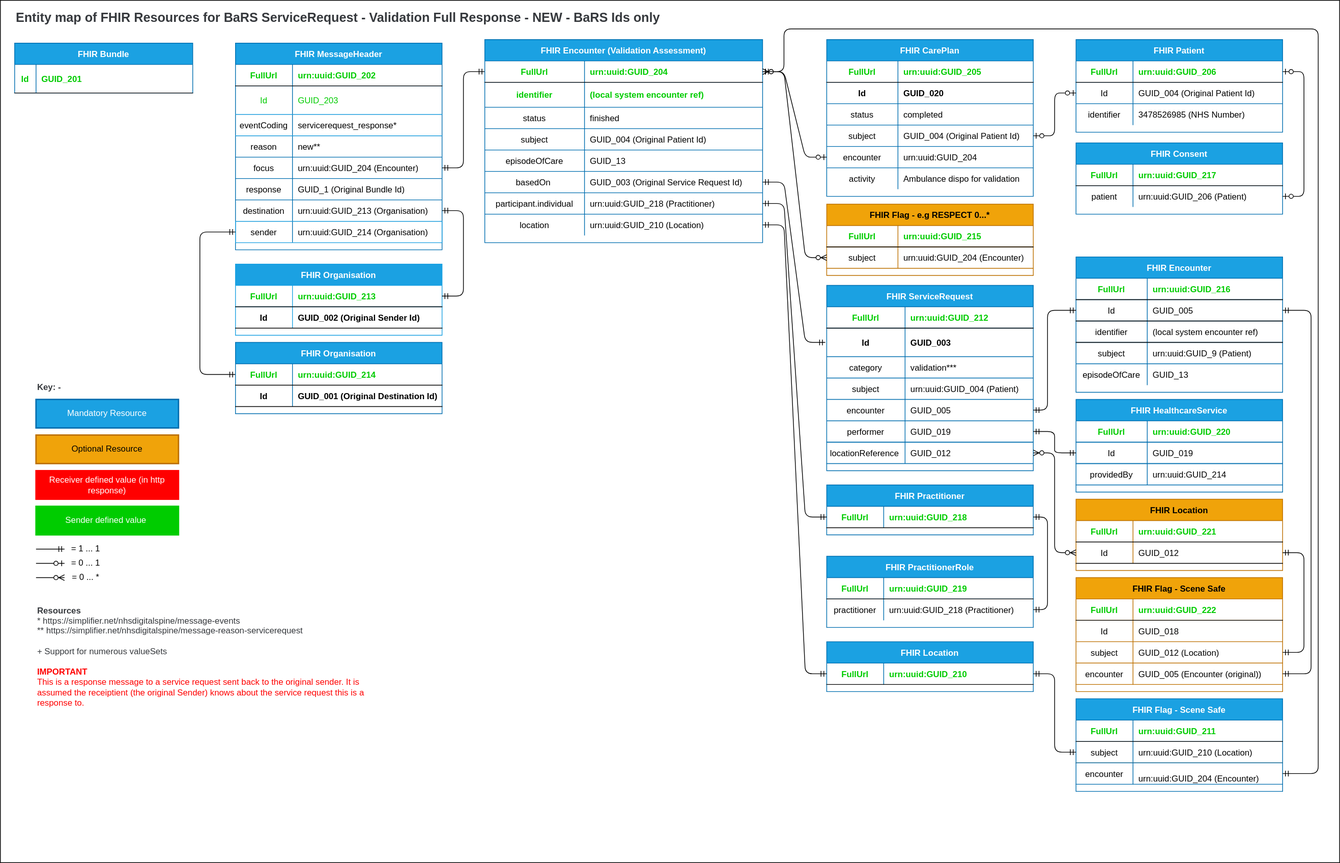
This is src/images/EntityMaps/EntityMap9sToCASValidationFullResponse-1.0.0.svg from NHSDigital/booking-and-referral-media, a draw.io export, as it was before one commit. Source tidied: cells renumbered, new cells last; positions are measured from the earlier drawing's top-left corner, leaving out a move shared by most shapes.
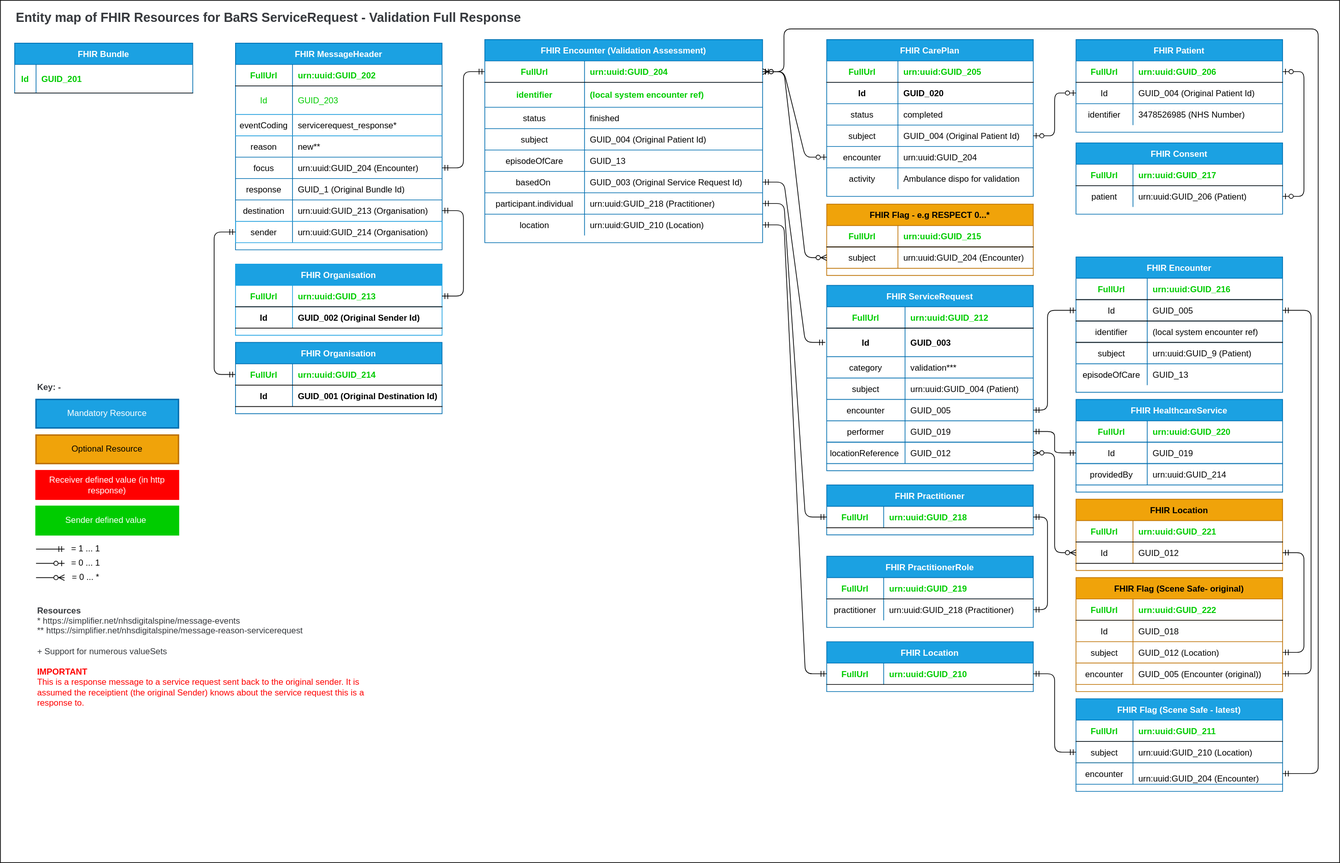
After the commit.

Commit message:
Updated Validation ERDs

Updated ERDs

What changed in the source:
```diff
@@ -98,8 +98,8 @@
     <mxCell id="33" style="edgeStyle=orthogonalEdgeStyle;endArrow=ERmandOne;startArrow=ERmandOne;endFill=0;startFill=0;exitX=0;exitY=0.5;exitDx=0;exitDy=0;entryX=0;entryY=0.5;entryDx=0;entryDy=0;" parent="1" edge="1" source="29" target="85">
       <mxGeometry relative="1" as="geometry">
         <Array as="points">
-          <mxPoint x="280" y="325" />
-          <mxPoint x="280" y="525" />
+          <mxPoint x="300" y="325" />
+          <mxPoint x="300" y="525" />
         </Array>
       </mxGeometry>
     </mxCell>
@@ -115,7 +115,7 @@
     <mxCell id="37" value="Optional Resource" style="rounded=0;whiteSpace=wrap;html=1;fontColor=#000000;strokeColor=#BD7000;strokeWidth=2;fillColor=#f0a30a;" parent="1" vertex="1">
       <mxGeometry x="50" y="610" width="200" height="40" as="geometry" />
     </mxCell>
-    <mxCell id="38" value="&lt;font color=&quot;#36393d&quot;&gt;&lt;b&gt;&lt;font style=&quot;font-size: 18px&quot;&gt;Entity map of FHIR Resources for BaRS ServiceRequest - Validation Full Response - NEW - BaRS Ids only&amp;nbsp;&lt;/font&gt;&lt;/b&gt;&lt;br&gt;&lt;/font&gt;" style="text;html=1;strokeColor=none;fillColor=none;align=left;verticalAlign=middle;whiteSpace=wrap;rounded=0;fontColor=#FFFFFF;" parent="1" vertex="1">
+    <mxCell id="38" value="&lt;font color=&quot;#36393d&quot;&gt;&lt;b&gt;&lt;font style=&quot;font-size: 18px&quot;&gt;Entity map of FHIR Resources for BaRS ServiceRequest - Validation Full Response&lt;/font&gt;&lt;/b&gt;&lt;br&gt;&lt;/font&gt;" style="text;html=1;strokeColor=none;fillColor=none;align=left;verticalAlign=middle;whiteSpace=wrap;rounded=0;fontColor=#FFFFFF;" parent="1" vertex="1">
       <mxGeometry x="20" y="10" width="940" height="30" as="geometry" />
     </mxCell>
     <mxCell id="39" value="FHIR Encounter (Validation Assessment)" style="shape=table;startSize=30;rowLines=1;fontStyle=1;align=center;fillColor=#1ba1e2;strokeColor=#006EAF;fontColor=#ffffff;" parent="1" vertex="1">
@@ -385,7 +385,7 @@
     <mxCell id="121" value="urn:uuid:GUID_210" style="shape=partialRectangle;overflow=hidden;fillColor=none;top=0;left=0;bottom=0;right=0;align=left;spacingLeft=6;fontStyle=1;fontColor=#00CC00;" parent="119" vertex="1">
       <mxGeometry x="80" width="210" height="30" as="geometry" />
     </mxCell>
-    <mxCell id="122" value="FHIR Flag - Scene Safe" style="shape=table;startSize=30;rowLines=1;fontStyle=1;align=center;fillColor=#1ba1e2;strokeColor=#006EAF;fontColor=#ffffff;" parent="1" vertex="1">
+    <mxCell id="122" value="FHIR Flag (Scene Safe - latest)" style="shape=table;startSize=30;rowLines=1;fontStyle=1;align=center;fillColor=#1ba1e2;strokeColor=#006EAF;fontColor=#ffffff;" parent="1" vertex="1">
       <mxGeometry x="1510" y="980" width="290" height="130" as="geometry" />
     </mxCell>
     <mxCell id="123" style="shape=partialRectangle;fillColor=none;top=0;left=0;right=0;bottom=1;" parent="122" vertex="1">
@@ -695,7 +695,7 @@
     <mxCell id="221" value="GUID_012" style="shape=partialRectangle;overflow=hidden;fillColor=none;top=0;left=0;bottom=0;right=0;align=left;spacingLeft=6;fontStyle=0;fontColor=#000000;" parent="219" vertex="1">
       <mxGeometry x="80" width="210" height="30" as="geometry" />
     </mxCell>
-    <mxCell id="222" value="FHIR Flag - Scene Safe" style="shape=table;startSize=30;rowLines=1;fontStyle=1;align=center;fillColor=#f0a30a;strokeColor=#BD7000;fontColor=#000000;" parent="1" vertex="1">
+    <mxCell id="222" value="FHIR Flag (Scene Safe- original)" style="shape=table;startSize=30;rowLines=1;fontStyle=1;align=center;fillColor=#f0a30a;strokeColor=#BD7000;fontColor=#000000;" parent="1" vertex="1">
       <mxGeometry x="1510" y="810" width="290" height="160" as="geometry" />
     </mxCell>
     <mxCell id="223" style="shape=partialRectangle;fillColor=none;top=0;left=0;right=0;bottom=1;" parent="222" vertex="1">
```
